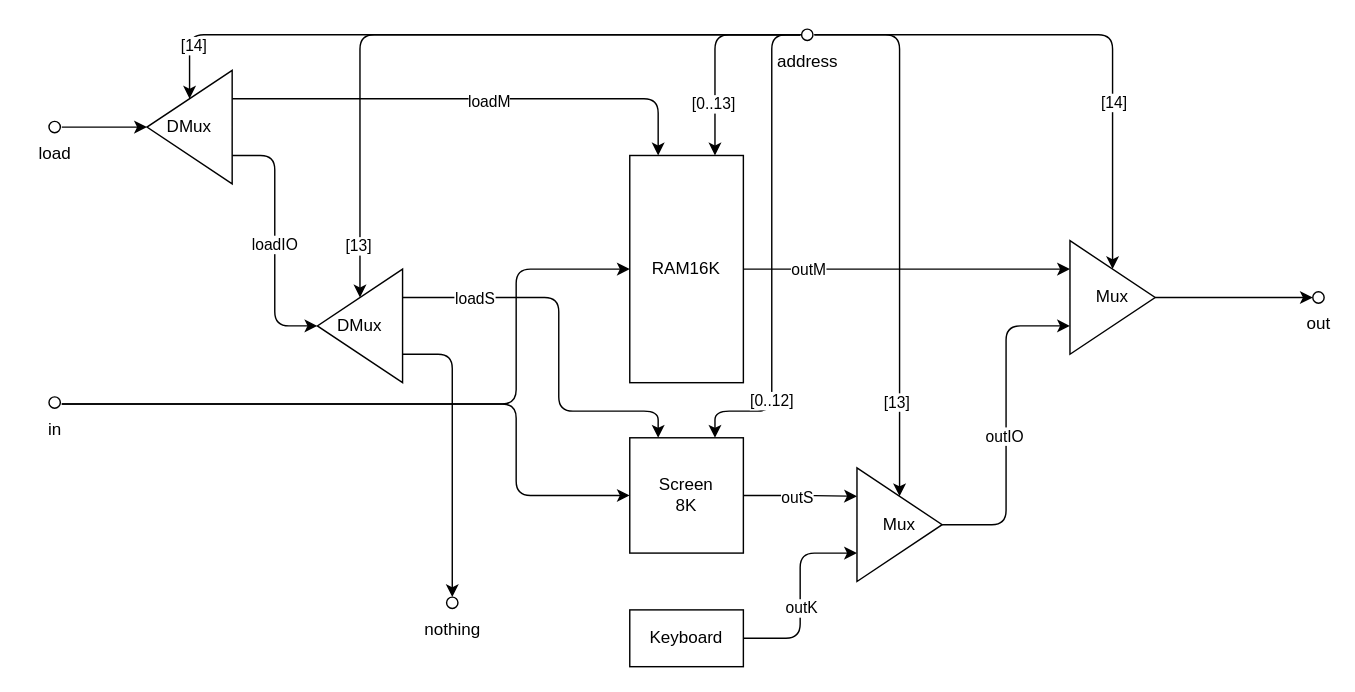
Above: blueprints/Memory.drawio in xianghao-wang/nand2tetris (draw.io), before the change. Source tidied: cells renumbered, new cells numbered last; positions are measured from the earlier drawing's top-left corner, leaving out a move shared by most shapes. Both pictures are drawn from the tidied source at 142%, with x=0, y=0 at pixel (47, 27).
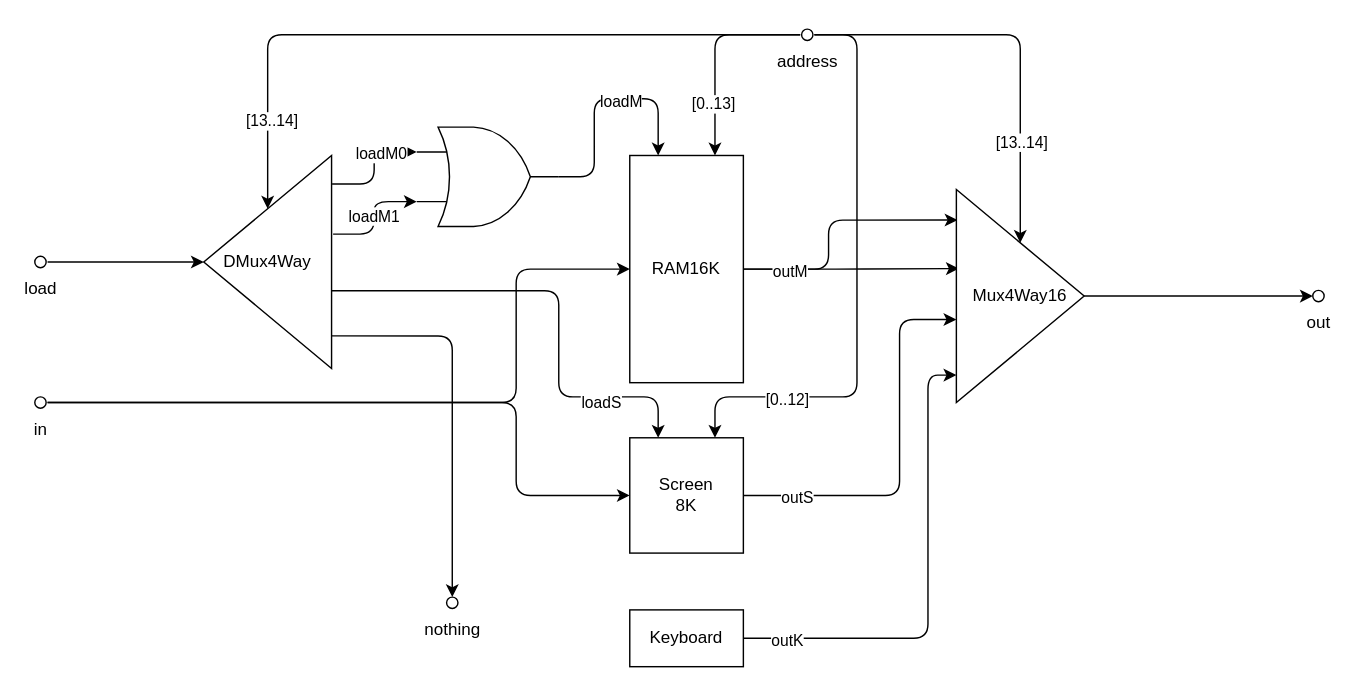
The same page after the edit.

Commit message (it also covers changes not shown here):
simplify implementation of Memory

The change refers to these unchanged cells:
```xml
<mxCell id="10" value="RAM16K" style="rounded=0;whiteSpace=wrap;html=1;" parent="1" vertex="1">
  <mxGeometry x="410" y="90" width="80" height="160" as="geometry" />
</mxCell>
<mxCell id="13" value="Screen&lt;br&gt;8K" style="rounded=0;whiteSpace=wrap;html=1;" parent="1" vertex="1">
  <mxGeometry x="410" y="288.8" width="80" height="81.2" as="geometry" />
</mxCell>
<mxCell id="16" value="Keyboard" style="rounded=0;whiteSpace=wrap;html=1;" parent="1" vertex="1">
  <mxGeometry x="410" y="410" width="80" height="40" as="geometry" />
</mxCell>
```

What changed in the source:
```diff
@@
+    <mxCell id="3" style="edgeStyle=orthogonalEdgeStyle;html=1;entryX=0;entryY=0.5;entryDx=0;entryDy=0;" parent="1" edge="1" source="4" target="13">
+      <mxGeometry relative="1" as="geometry">
+        <Array as="points">
+          <mxPoint x="330" y="264" />
+          <mxPoint x="330" y="329" />
+        </Array>
+      </mxGeometry>
+    </mxCell>
     <mxCell id="2" style="edgeStyle=orthogonalEdgeStyle;html=1;entryX=0;entryY=0.5;entryDx=0;entryDy=0;" parent="1" edge="1" source="4" target="10">
       <mxGeometry relative="1" as="geometry">
         <Array as="points">
-          <mxPoint x="330" y="265" />
+          <mxPoint x="330" y="264" />
           <mxPoint x="330" y="170" />
         </Array>
       </mxGeometry>
     </mxCell>
-    <mxCell id="3" style="edgeStyle=orthogonalEdgeStyle;html=1;entryX=0;entryY=0.5;entryDx=0;entryDy=0;" parent="1" edge="1" source="4" target="13">
-      <mxGeometry relative="1" as="geometry">
-        <Array as="points">
-          <mxPoint x="330" y="265" />
-          <mxPoint x="330" y="329" />
-        </Array>
-      </mxGeometry>
-    </mxCell>
     <mxCell id="4" value="in" style="verticalLabelPosition=bottom;shadow=0;dashed=0;align=center;html=1;verticalAlign=top;shape=mxgraph.electrical.logic_gates.inverting_contact;" parent="1" vertex="1">
-      <mxGeometry y="259" width="10" height="10" as="geometry" />
+      <mxGeometry x="-10" y="259" width="10" height="10" as="geometry" />
     </mxCell>
     <mxCell id="5" value="out" style="verticalLabelPosition=bottom;shadow=0;dashed=0;align=center;html=1;verticalAlign=top;shape=mxgraph.electrical.logic_gates.inverting_contact;" parent="1" vertex="1">
-      <mxGeometry x="890" y="185" width="10" height="10" as="geometry" />
+      <mxGeometry x="890" y="184" width="10" height="10" as="geometry" />
     </mxCell>
-    <mxCell id="6" style="edgeStyle=none;html=1;entryX=1;entryY=0.5;entryDx=0;entryDy=0;" parent="1" edge="1" source="7" target="21">
+    <mxCell id="6" style="edgeStyle=none;html=1;entryX=1;entryY=0.5;entryDx=0;entryDy=0;" parent="1" edge="1" source="7" target="33">
       <mxGeometry relative="1" as="geometry" />
     </mxCell>
     <mxCell id="7" value="load" style="verticalLabelPosition=bottom;shadow=0;dashed=0;align=center;html=1;verticalAlign=top;shape=mxgraph.electrical.logic_gates.inverting_contact;" parent="1" vertex="1">
-      <mxGeometry y="65" width="10" height="10" as="geometry" />
+      <mxGeometry x="-10" y="160" width="10" height="10" as="geometry" />
     </mxCell>
-    <mxCell id="8" style="edgeStyle=orthogonalEdgeStyle;html=1;entryX=0;entryY=0.25;entryDx=0;entryDy=0;" parent="1" edge="1" source="10" target="36">
-      <mxGeometry relative="1" as="geometry" />
-    </mxCell>
+    <mxCell id="45" style="edgeStyle=orthogonalEdgeStyle;html=1;exitX=1;exitY=0.5;exitDx=0;exitDy=0;entryX=0.019;entryY=0.371;entryDx=0;entryDy=0;entryPerimeter=0;" parent="1" edge="1" source="10" target="62">
+      <mxGeometry relative="1" as="geometry" />
+    </mxCell>
+    <mxCell id="46" style="edgeStyle=orthogonalEdgeStyle;html=1;entryX=0.009;entryY=0.143;entryDx=0;entryDy=0;entryPerimeter=0;" parent="1" edge="1" source="10" target="62">
+      <mxGeometry relative="1" as="geometry">
+        <Array as="points">
+          <mxPoint x="550" y="170" />
+          <mxPoint x="550" y="136" />
+        </Array>
+      </mxGeometry>
+    </mxCell>
-    <mxCell id="9" value="outM" style="edgeLabel;html=1;align=center;verticalAlign=middle;" parent="8" vertex="1">
-      <mxGeometry x="-0.61" relative="1" as="geometry" />
+    <mxCell id="9" value="outM" style="edgeLabel;html=1;align=center;verticalAlign=middle;" parent="46" vertex="1">
+      <mxGeometry x="-0.65" y="-1" relative="1" as="geometry" />
     </mxCell>
@@
-    <mxCell id="11" style="edgeStyle=orthogonalEdgeStyle;html=1;entryX=0;entryY=0.25;entryDx=0;entryDy=0;" parent="1" edge="1" source="13" target="44">
-      <mxGeometry relative="1" as="geometry" />
-    </mxCell>
+    <mxCell id="47" style="edgeStyle=orthogonalEdgeStyle;html=1;exitX=1;exitY=0.5;exitDx=0;exitDy=0;entryX=0;entryY=0.61;entryDx=0;entryDy=0;entryPerimeter=0;" parent="1" edge="1" source="13" target="62">
+      <mxGeometry relative="1" as="geometry">
+        <Array as="points">
+          <mxPoint x="600" y="329" />
+          <mxPoint x="600" y="206" />
+        </Array>
+      </mxGeometry>
+    </mxCell>
-    <mxCell id="12" value="outS" style="edgeLabel;html=1;align=center;verticalAlign=middle;" parent="11" vertex="1">
-      <mxGeometry x="-0.07" y="-1" relative="1" as="geometry" />
+    <mxCell id="12" value="outS" style="edgeLabel;html=1;align=center;verticalAlign=middle;" parent="47" vertex="1">
+      <mxGeometry x="-0.73" y="-1" relative="1" as="geometry" />
     </mxCell>
@@
-    <mxCell id="14" style="edgeStyle=orthogonalEdgeStyle;html=1;entryX=0;entryY=0.75;entryDx=0;entryDy=0;" parent="1" edge="1" source="16" target="44">
-      <mxGeometry relative="1" as="geometry" />
-    </mxCell>
+    <mxCell id="48" style="edgeStyle=orthogonalEdgeStyle;html=1;entryX=0;entryY=0.871;entryDx=0;entryDy=0;entryPerimeter=0;" parent="1" edge="1" source="16" target="62">
+      <mxGeometry relative="1" as="geometry">
+        <Array as="points">
+          <mxPoint x="620" y="430" />
+          <mxPoint x="620" y="245" />
+        </Array>
+      </mxGeometry>
+    </mxCell>
-    <mxCell id="15" value="outK" style="edgeLabel;html=1;align=center;verticalAlign=middle;" parent="14" vertex="1">
-      <mxGeometry x="-0.12" relative="1" as="geometry" />
+    <mxCell id="15" value="outK" style="edgeLabel;html=1;align=center;verticalAlign=middle;" parent="48" vertex="1">
+      <mxGeometry x="-0.82" y="-1" relative="1" as="geometry" />
     </mxCell>
@@
-    <mxCell id="17" style="edgeStyle=orthogonalEdgeStyle;html=1;exitX=0;exitY=0.75;exitDx=0;exitDy=0;entryX=0.25;entryY=0;entryDx=0;entryDy=0;" parent="1" edge="1" source="21" target="10">
-      <mxGeometry relative="1" as="geometry" />
-    </mxCell>
-    <mxCell id="18" value="loadM" style="edgeLabel;html=1;align=center;verticalAlign=middle;" parent="17" vertex="1">
-      <mxGeometry x="0.06" y="-1" relative="1" as="geometry" />
-    </mxCell>
-    <mxCell id="19" style="edgeStyle=orthogonalEdgeStyle;html=1;exitX=0;exitY=0.25;exitDx=0;exitDy=0;entryX=1;entryY=0.5;entryDx=0;entryDy=0;" parent="1" edge="1" source="21" target="40">
-      <mxGeometry relative="1" as="geometry" />
-    </mxCell>
-    <mxCell id="20" value="loadIO" style="edgeLabel;html=1;align=center;verticalAlign=middle;" parent="19" vertex="1">
-      <mxGeometry x="0.02" y="-1" relative="1" as="geometry" />
-    </mxCell>
-    <mxCell id="21" value="DMux" style="triangle;whiteSpace=wrap;html=1;direction=west;" parent="1" vertex="1">
-      <mxGeometry x="70" y="30" width="60" height="80" as="geometry" />
-    </mxCell>
-    <mxCell id="22" style="edgeStyle=orthogonalEdgeStyle;html=1;entryX=0.5;entryY=1;entryDx=0;entryDy=0;" parent="1" edge="1" source="34" target="21">
-      <mxGeometry relative="1" as="geometry" />
-    </mxCell>
-    <mxCell id="23" value="[14]" style="edgeLabel;html=1;align=center;verticalAlign=middle;" parent="22" vertex="1">
-      <mxGeometry x="0.84" y="2" relative="1" as="geometry" />
-    </mxCell>
@@
-    <mxCell id="26" style="edgeStyle=orthogonalEdgeStyle;html=1;entryX=0.5;entryY=0;entryDx=0;entryDy=0;" parent="1" edge="1" source="34" target="36">
-      <mxGeometry relative="1" as="geometry" />
-    </mxCell>
-    <mxCell id="27" value="[14]" style="edgeLabel;html=1;align=center;verticalAlign=middle;" parent="26" vertex="1">
-      <mxGeometry x="0.37" relative="1" as="geometry" />
-    </mxCell>
-    <mxCell id="28" style="edgeStyle=orthogonalEdgeStyle;html=1;entryX=0.5;entryY=1;entryDx=0;entryDy=0;" parent="1" edge="1" source="34" target="40">
-      <mxGeometry relative="1" as="geometry" />
-    </mxCell>
-    <mxCell id="29" value="[13]" style="edgeLabel;html=1;align=center;verticalAlign=middle;" parent="28" vertex="1">
-      <mxGeometry x="0.85" y="-2" relative="1" as="geometry" />
-    </mxCell>
-    <mxCell id="30" style="edgeStyle=orthogonalEdgeStyle;html=1;entryX=0.5;entryY=0;entryDx=0;entryDy=0;" parent="1" edge="1" source="34" target="44">
-      <mxGeometry relative="1" as="geometry" />
-    </mxCell>
-    <mxCell id="31" value="[13]" style="edgeLabel;html=1;align=center;verticalAlign=middle;" parent="30" vertex="1">
-      <mxGeometry x="0.65" y="-3" relative="1" as="geometry" />
-    </mxCell>
+    <mxCell id="49" style="edgeStyle=orthogonalEdgeStyle;html=1;entryX=0.5;entryY=1;entryDx=0;entryDy=0;" parent="1" edge="1" source="34" target="33">
+      <mxGeometry relative="1" as="geometry" />
+    </mxCell>
+    <mxCell id="50" value="[13..14]" style="edgeLabel;html=1;align=center;verticalAlign=middle;" parent="49" vertex="1">
+      <mxGeometry x="0.75" y="2" relative="1" as="geometry" />
+    </mxCell>
-    <mxCell id="32" style="edgeStyle=orthogonalEdgeStyle;html=1;exitX=0.1;exitY=0.5;exitDx=0;exitDy=0;exitPerimeter=0;entryX=0.75;entryY=0;entryDx=0;entryDy=0;" parent="1" edge="1" source="34" target="13">
+    <mxCell id="32" style="edgeStyle=orthogonalEdgeStyle;html=1;entryX=0.75;entryY=0;entryDx=0;entryDy=0;" parent="1" edge="1" source="34" target="13">
       <mxGeometry relative="1" as="geometry">
         <Array as="points">
-          <mxPoint x="510" y="5" />
-          <mxPoint x="510" y="270" />
-          <mxPoint x="470" y="270" />
+          <mxPoint x="570" y="5" />
+          <mxPoint x="570" y="260" />
+          <mxPoint x="470" y="260" />
         </Array>
       </mxGeometry>
     </mxCell>
+    <mxCell id="51" value="[0..12]" style="edgeLabel;html=1;align=center;verticalAlign=middle;" parent="32" vertex="1">
+      <mxGeometry x="0.62" y="1" relative="1" as="geometry" />
+    </mxCell>
+    <mxCell id="52" style="edgeStyle=orthogonalEdgeStyle;html=1;entryX=0.5;entryY=0;entryDx=0;entryDy=0;" parent="1" edge="1" source="34" target="62">
+      <mxGeometry relative="1" as="geometry" />
+    </mxCell>
+    <mxCell id="53" value="[13..14]" style="edgeLabel;html=1;align=center;verticalAlign=middle;" parent="52" vertex="1">
+      <mxGeometry x="0.51" relative="1" as="geometry" />
+    </mxCell>
+    <mxCell id="34" value="address" style="verticalLabelPosition=bottom;shadow=0;dashed=0;align=center;html=1;verticalAlign=top;shape=mxgraph.electrical.logic_gates.inverting_contact;" parent="1" vertex="1">
+      <mxGeometry x="530" width="10" height="10" as="geometry" />
+    </mxCell>
+    <mxCell id="41" value="nothing" style="verticalLabelPosition=bottom;shadow=0;dashed=0;align=center;html=1;verticalAlign=top;shape=mxgraph.electrical.logic_gates.inverting_contact;direction=south;" parent="1" vertex="1">
+      <mxGeometry x="280" y="400" width="10" height="10" as="geometry" />
+    </mxCell>
+    <mxCell id="54" style="edgeStyle=orthogonalEdgeStyle;html=1;exitX=-0.004;exitY=0.866;exitDx=0;exitDy=0;entryX=0;entryY=0.25;entryDx=0;entryDy=0;entryPerimeter=0;exitPerimeter=0;" parent="1" edge="1" source="33" target="60">
+      <mxGeometry relative="1" as="geometry" />
+    </mxCell>
+    <mxCell id="55" value="loadM0" style="edgeLabel;html=1;align=center;verticalAlign=middle;" parent="54" vertex="1">
+      <mxGeometry x="0.39" y="-1" relative="1" as="geometry" />
+    </mxCell>
+    <mxCell id="56" value="loadM1" style="edgeStyle=orthogonalEdgeStyle;html=1;exitX=-0.012;exitY=0.631;exitDx=0;exitDy=0;entryX=0;entryY=0.75;entryDx=0;entryDy=0;entryPerimeter=0;exitPerimeter=0;" parent="1" edge="1" source="33" target="60">
+      <mxGeometry relative="1" as="geometry" />
+    </mxCell>
+    <mxCell id="57" style="edgeStyle=orthogonalEdgeStyle;html=1;entryX=0.25;entryY=0;entryDx=0;entryDy=0;exitX=0.003;exitY=0.365;exitDx=0;exitDy=0;exitPerimeter=0;" parent="1" edge="1" source="33" target="13">
+      <mxGeometry relative="1" as="geometry">
+        <Array as="points">
+          <mxPoint x="360" y="185" />
+          <mxPoint x="360" y="260" />
+          <mxPoint x="430" y="260" />
+        </Array>
+      </mxGeometry>
+    </mxCell>
+    <mxCell id="38" value="loadS" style="edgeLabel;html=1;align=center;verticalAlign=middle;" parent="57" vertex="1">
+      <mxGeometry x="0.58" y="-3" relative="1" as="geometry" />
+    </mxCell>
+    <mxCell id="58" style="edgeStyle=orthogonalEdgeStyle;html=1;exitX=0.003;exitY=0.153;exitDx=0;exitDy=0;entryX=0.1;entryY=0.5;entryDx=0;entryDy=0;entryPerimeter=0;exitPerimeter=0;" parent="1" edge="1" source="33" target="41">
+      <mxGeometry relative="1" as="geometry" />
+    </mxCell>
-    <mxCell id="33" value="[0..12]" style="edgeLabel;html=1;align=center;verticalAlign=middle;points=[];" parent="32" vertex="1">
-      <mxGeometry x="0.61" y="-1" relative="1" as="geometry" />
+    <mxCell id="33" value="DMux4Way" style="triangle;whiteSpace=wrap;html=1;direction=west;" parent="1" vertex="1">
+      <mxGeometry x="110" y="90" width="90" height="150" as="geometry" />
     </mxCell>
-    <mxCell id="34" value="address" style="verticalLabelPosition=bottom;shadow=0;dashed=0;align=center;html=1;verticalAlign=top;shape=mxgraph.electrical.logic_gates.inverting_contact;" parent="1" vertex="1">
-      <mxGeometry x="530" width="10" height="10" as="geometry" />
-    </mxCell>
-    <mxCell id="35" style="edgeStyle=orthogonalEdgeStyle;html=1;entryX=0.1;entryY=0.5;entryDx=0;entryDy=0;entryPerimeter=0;" parent="1" edge="1" source="36" target="5">
-      <mxGeometry relative="1" as="geometry" />
-    </mxCell>
-    <mxCell id="36" value="Mux" style="triangle;whiteSpace=wrap;html=1;" parent="1" vertex="1">
-      <mxGeometry x="720" y="150" width="60" height="80" as="geometry" />
-    </mxCell>
-    <mxCell id="37" style="edgeStyle=orthogonalEdgeStyle;html=1;exitX=0;exitY=0.75;exitDx=0;exitDy=0;entryX=0.25;entryY=0;entryDx=0;entryDy=0;" parent="1" edge="1" source="40" target="13">
-      <mxGeometry relative="1" as="geometry">
-        <Array as="points">
-          <mxPoint x="360" y="190" />
-          <mxPoint x="360" y="270" />
-          <mxPoint x="430" y="270" />
-        </Array>
-      </mxGeometry>
-    </mxCell>
-    <mxCell id="38" value="loadS" style="edgeLabel;html=1;align=center;verticalAlign=middle;" parent="37" vertex="1">
-      <mxGeometry x="-0.64" relative="1" as="geometry" />
-    </mxCell>
-    <mxCell id="39" style="edgeStyle=orthogonalEdgeStyle;html=1;exitX=0;exitY=0.25;exitDx=0;exitDy=0;entryX=0.1;entryY=0.5;entryDx=0;entryDy=0;entryPerimeter=0;" parent="1" edge="1" source="40" target="41">
-      <mxGeometry relative="1" as="geometry" />
-    </mxCell>
-    <mxCell id="40" value="DMux" style="triangle;whiteSpace=wrap;html=1;direction=west;" parent="1" vertex="1">
-      <mxGeometry x="190" y="170" width="60" height="80" as="geometry" />
-    </mxCell>
-    <mxCell id="41" value="nothing" style="verticalLabelPosition=bottom;shadow=0;dashed=0;align=center;html=1;verticalAlign=top;shape=mxgraph.electrical.logic_gates.inverting_contact;direction=south;" parent="1" vertex="1">
-      <mxGeometry x="280" y="400" width="10" height="10" as="geometry" />
-    </mxCell>
-    <mxCell id="42" style="edgeStyle=orthogonalEdgeStyle;html=1;entryX=0;entryY=0.75;entryDx=0;entryDy=0;" parent="1" edge="1" source="44" target="36">
-      <mxGeometry relative="1" as="geometry" />
-    </mxCell>
-    <mxCell id="43" value="outIO" style="edgeLabel;html=1;align=center;verticalAlign=middle;" parent="42" vertex="1">
-      <mxGeometry x="-0.06" y="2" relative="1" as="geometry" />
-    </mxCell>
-    <mxCell id="44" value="Mux" style="triangle;whiteSpace=wrap;html=1;" parent="1" vertex="1">
-      <mxGeometry x="570" y="310" width="60" height="80" as="geometry" />
-    </mxCell>
+    <mxCell id="59" style="edgeStyle=orthogonalEdgeStyle;html=1;entryX=0.25;entryY=0;entryDx=0;entryDy=0;" parent="1" edge="1" source="60" target="10">
+      <mxGeometry relative="1" as="geometry">
+        <Array as="points">
+          <mxPoint x="385" y="105" />
+          <mxPoint x="385" y="50" />
+          <mxPoint x="430" y="50" />
+        </Array>
+      </mxGeometry>
+    </mxCell>
+    <mxCell id="18" value="loadM" style="edgeLabel;html=1;align=center;verticalAlign=middle;" parent="59" vertex="1">
+      <mxGeometry x="0.19" y="-1" relative="1" as="geometry" />
+    </mxCell>
+    <mxCell id="60" style="verticalLabelPosition=bottom;shadow=0;dashed=0;align=center;html=1;verticalAlign=top;shape=mxgraph.electrical.logic_gates.logic_gate;operation=or;" parent="1" vertex="1">
+      <mxGeometry x="260" y="70" width="100" height="70" as="geometry" />
+    </mxCell>
+    <mxCell id="61" style="edgeStyle=orthogonalEdgeStyle;html=1;exitX=1;exitY=0.5;exitDx=0;exitDy=0;entryX=0.1;entryY=0.5;entryDx=0;entryDy=0;entryPerimeter=0;" parent="1" edge="1" source="62" target="5">
+      <mxGeometry relative="1" as="geometry" />
+    </mxCell>
+    <mxCell id="62" value="Mux4Way16" style="triangle;whiteSpace=wrap;html=1;direction=east;" parent="1" vertex="1">
+      <mxGeometry x="640" y="114" width="90" height="150" as="geometry" />
+    </mxCell>
```
